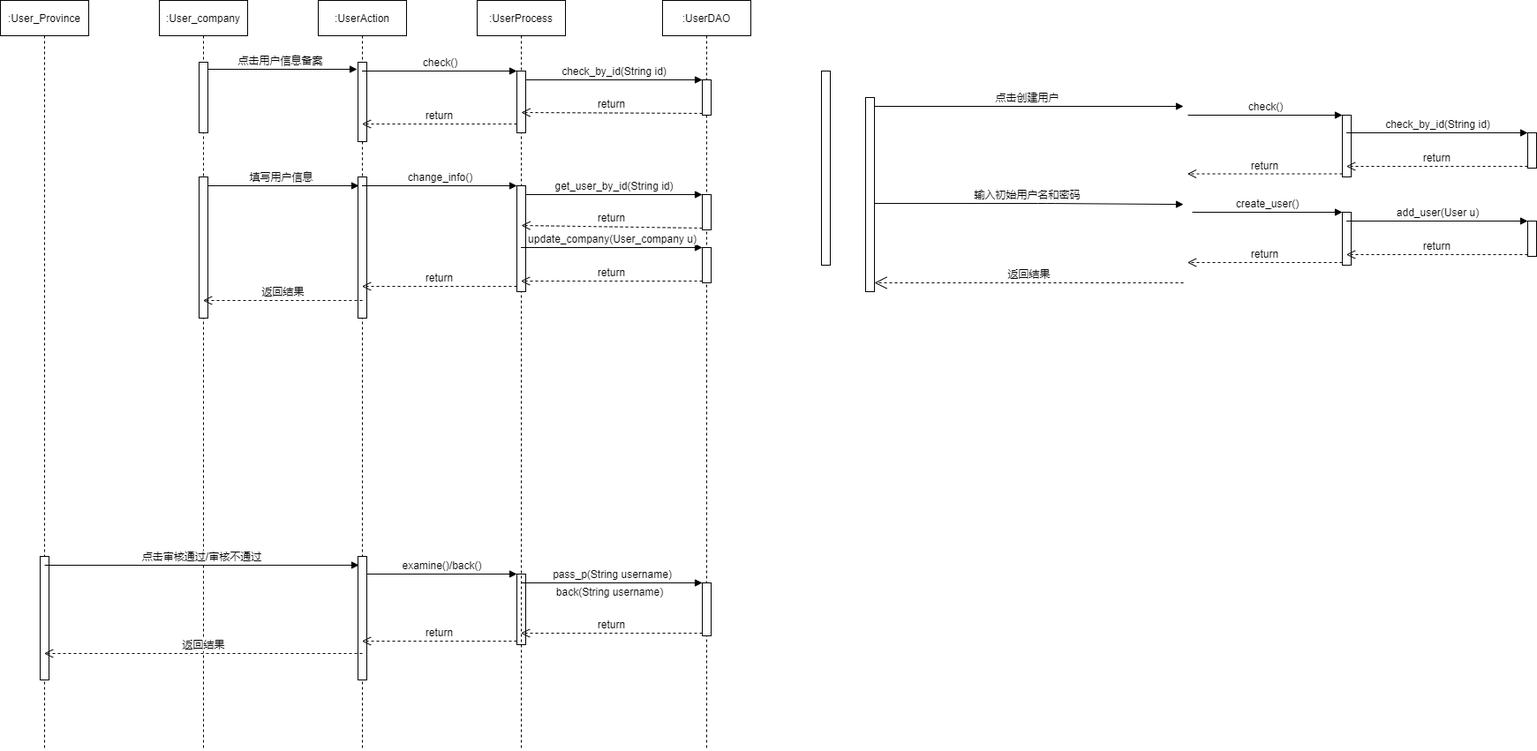
lzhenbit/Dictionary keeps this draw.io diagram as 顺序图 的副本.png. Above is the earlier version. Source tidied: cells renumbered, new cells last; positions are measured from the earlier drawing's top-left corner, leaving out a move shared by most shapes.
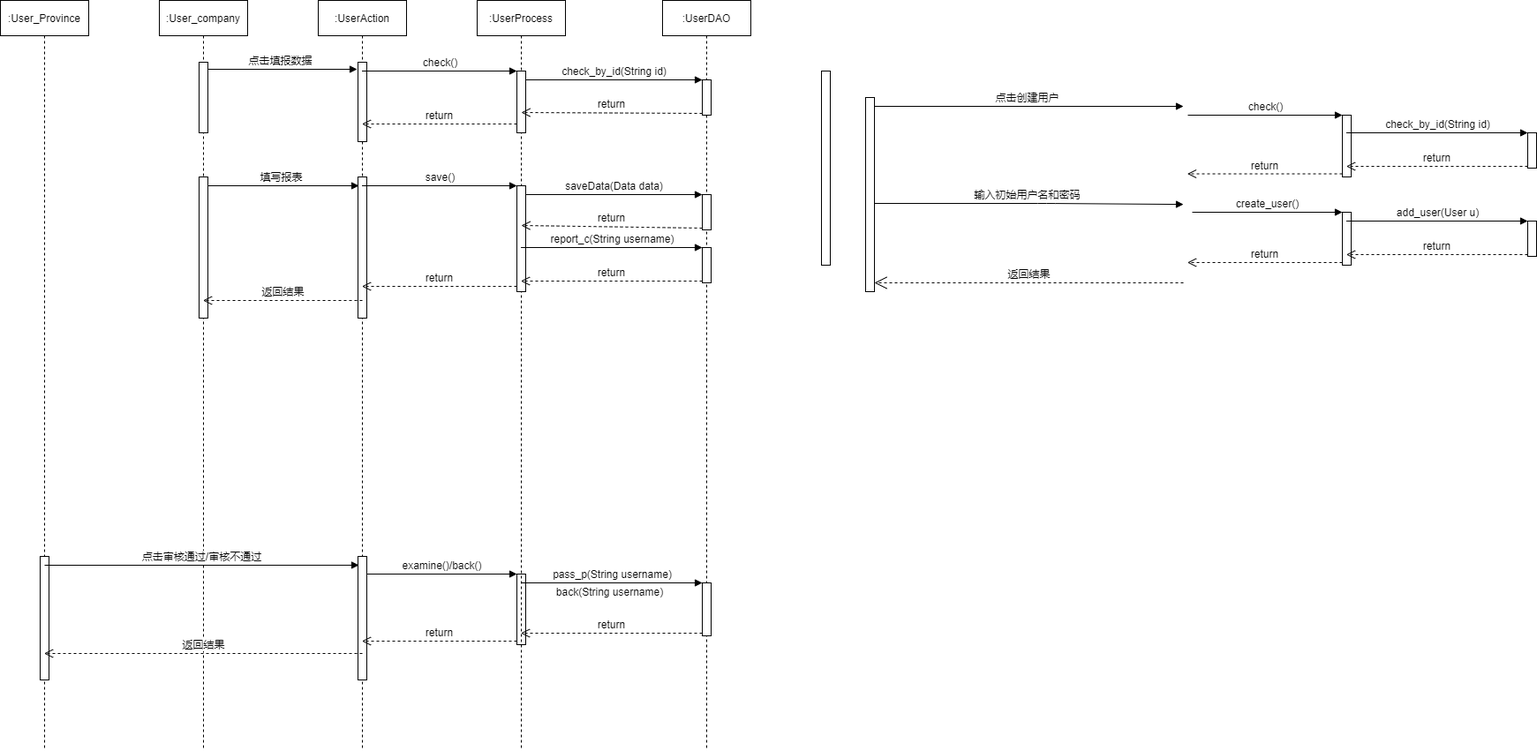
The same diagram one commit later.

Commit message:
更新顺序图 的副本.png

What changed in the source:
```diff
@@ -2,13 +2,13 @@
   <root>
     <mxCell id="0" />
     <mxCell id="1" parent="0" />
-    <mxCell id="2" value="填写用户信息" style="html=1;verticalAlign=bottom;endArrow=block;" parent="1" edge="1">
+    <mxCell id="2" value="填写报表" style="html=1;verticalAlign=bottom;endArrow=block;" parent="1" edge="1">
       <mxGeometry relative="1" as="geometry">
         <mxPoint x="230" y="210" as="sourcePoint" />
         <mxPoint x="406" y="210" as="targetPoint" />
       </mxGeometry>
     </mxCell>
-    <mxCell id="3" value="点击用户信息备案" style="html=1;verticalAlign=bottom;startArrow=oval;endArrow=block;startSize=8;entryX=-0.1;entryY=0.089;entryDx=0;entryDy=0;entryPerimeter=0;" parent="1" edge="1" target="10">
+    <mxCell id="3" value="点击填报数据" style="html=1;verticalAlign=bottom;startArrow=oval;endArrow=block;startSize=8;entryX=-0.1;entryY=0.089;entryDx=0;entryDy=0;entryPerimeter=0;" parent="1" edge="1" target="10">
       <mxGeometry relative="1" as="geometry">
         <mxPoint x="229" y="78" as="sourcePoint" />
       </mxGeometry>
@@ -101,7 +101,7 @@
         </Array>
       </mxGeometry>
     </mxCell>
-    <mxCell id="29" value="&lt;span lang=&quot;EN-US&quot;&gt;&lt;font style=&quot;font-size: 12px&quot;&gt;change_info()&lt;/font&gt;&lt;/span&gt;" style="html=1;verticalAlign=bottom;endArrow=block;entryX=0;entryY=0;" parent="1" edge="1" target="21">
+    <mxCell id="29" value="&lt;span lang=&quot;EN-US&quot;&gt;&lt;font style=&quot;font-size: 12px&quot;&gt;save()&lt;/font&gt;&lt;/span&gt;" style="html=1;verticalAlign=bottom;endArrow=block;entryX=0;entryY=0;" parent="1" edge="1" target="21">
       <mxGeometry relative="1" as="geometry">
         <mxPoint x="409.5" y="210" as="sourcePoint" />
       </mxGeometry>
@@ -111,7 +111,7 @@
         <mxPoint x="409.5" y="324" as="targetPoint" />
       </mxGeometry>
     </mxCell>
-    <mxCell id="31" value="&lt;span lang=&quot;EN-US&quot;&gt;&lt;font style=&quot;font-size: 12px&quot;&gt;update_company(User_company u)&lt;/font&gt;&lt;/span&gt;" style="html=1;verticalAlign=bottom;endArrow=block;entryX=0;entryY=0;" parent="1" edge="1" target="25">
+    <mxCell id="31" value="&lt;span lang=&quot;EN-US&quot;&gt;&lt;font style=&quot;font-size: 12px&quot;&gt;report_c(String username)&lt;/font&gt;&lt;/span&gt;" style="html=1;verticalAlign=bottom;endArrow=block;entryX=0;entryY=0;" parent="1" edge="1" target="25">
       <mxGeometry relative="1" as="geometry">
         <mxPoint x="589.5" y="280" as="sourcePoint" />
       </mxGeometry>
@@ -131,7 +131,7 @@
         <mxPoint x="590" y="127" as="targetPoint" />
       </mxGeometry>
     </mxCell>
-    <mxCell id="35" value="&lt;span lang=&quot;EN-US&quot;&gt;&lt;font style=&quot;font-size: 12px&quot;&gt;get_user_by_id(String id)&lt;/font&gt;&lt;/span&gt;" style="html=1;verticalAlign=bottom;endArrow=block;entryX=0;entryY=0;" parent="1" edge="1" source="21" target="24">
+    <mxCell id="35" value="&lt;span lang=&quot;EN-US&quot;&gt;&lt;font style=&quot;font-size: 12px&quot;&gt;saveData(Data data)&lt;/font&gt;&lt;/span&gt;" style="html=1;verticalAlign=bottom;endArrow=block;entryX=0;entryY=0;" parent="1" edge="1" source="21" target="24">
       <mxGeometry relative="1" as="geometry" />
     </mxCell>
     <mxCell id="36" value="return" style="html=1;verticalAlign=bottom;endArrow=open;dashed=1;endSize=8;exitX=0;exitY=0.95;" parent="1" edge="1" source="24">
```
